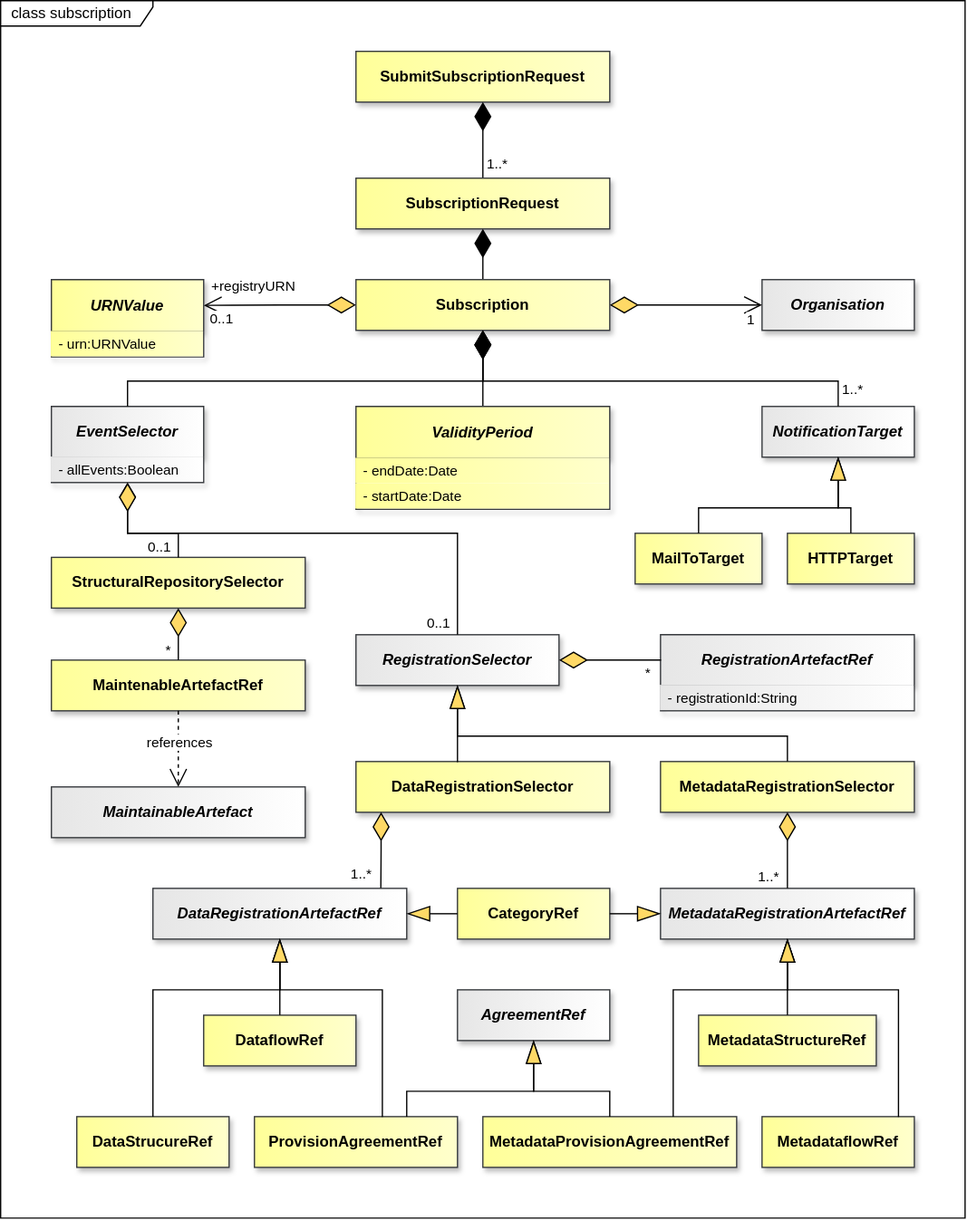
sdmx-twg/sdmx-im keeps this draw.io diagram as docs/logical_interfaces/media/sdmx_registry-subscription.svg. Above is the earlier version. Source tidied: cells renumbered, new cells last; positions are measured from the earlier drawing's top-left corner, leaving out a move shared by most shapes.
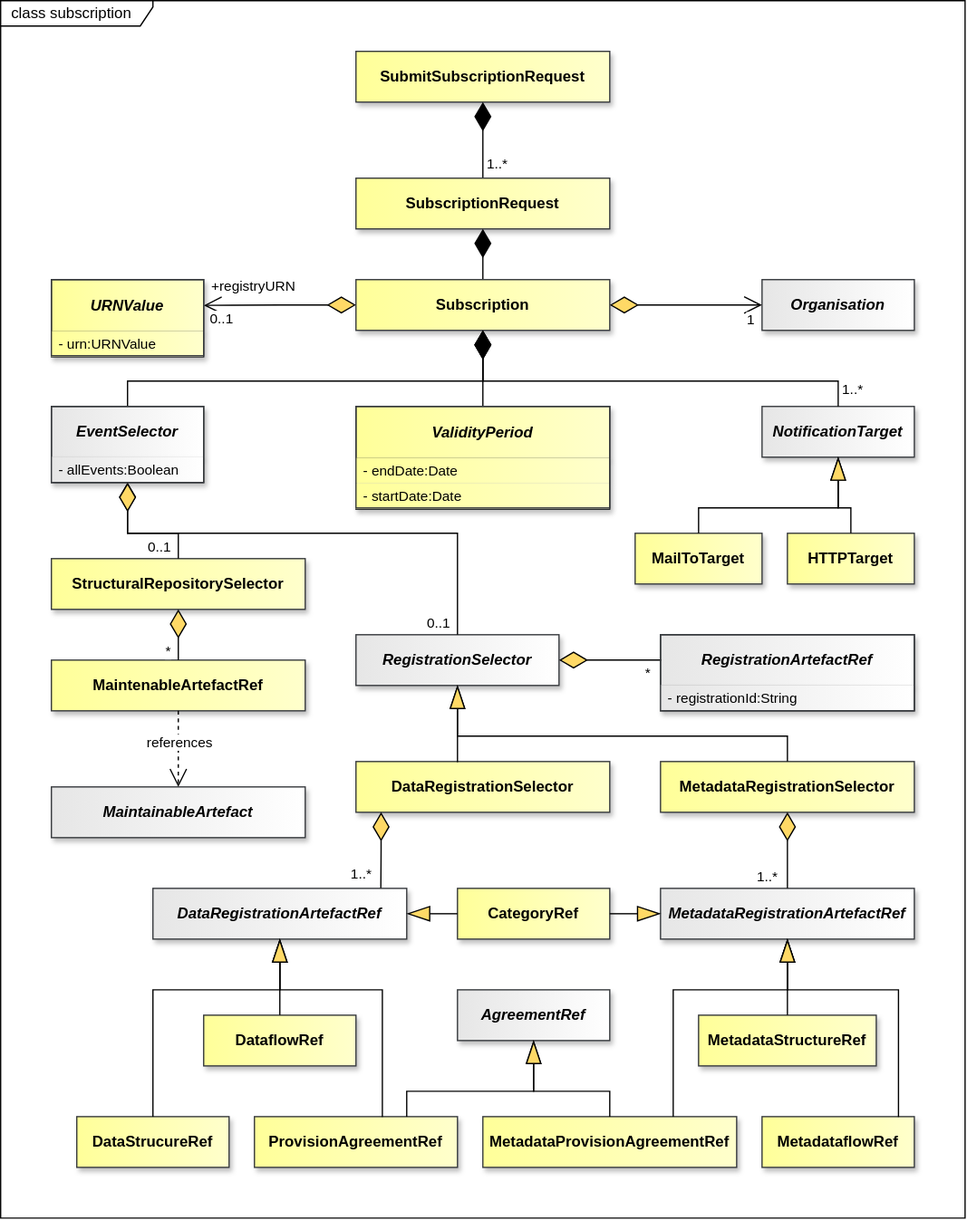
After the change.

What changed in the source:
```diff
@@ -169,7 +169,7 @@
     <mxCell id="56" value="URNValue" style="swimlane;fontStyle=3;align=center;verticalAlign=middle;horizontal=1;startSize=41;whiteSpace=wrap;html=1;strokeColor=#36393d;fontFamily=Helvetica;fontSize=12;fillColor=light-dark(#FFFF99,#FFFF99);gradientDirection=east;gradientColor=light-dark(#FFFFCC,#FFFFCC);fontColor=light-dark(#000000,#000000);shadow=1;" parent="1" vertex="1">
       <mxGeometry x="40" y="220" width="120" height="61" as="geometry" />
     </mxCell>
-    <mxCell id="57" value="- urn:URNValue" style="text;strokeColor=none;fillColor=light-dark(#FFFF99,#FFFF99);align=left;verticalAlign=middle;spacingLeft=4;spacingRight=4;overflow=hidden;whiteSpace=wrap;html=1;fontFamily=Helvetica;fontSize=11;fontColor=light-dark(#000000,#000000);fontStyle=0;gradientColor=light-dark(#FFFFCC,#FFFFCC);gradientDirection=east;" parent="56" vertex="1">
+    <mxCell id="57" value="- urn:URNValue" style="text;strokeColor=none;fillColor=light-dark(#FFFF99,#FFFF99);align=left;verticalAlign=middle;spacingLeft=4;spacingRight=4;overflow=hidden;whiteSpace=wrap;html=1;fontFamily=Helvetica;fontSize=11;fontColor=light-dark(#000000,#000000);fontStyle=0;gradientColor=light-dark(#FFFFCC,#FFFFCC);gradientDirection=east;shadow=1;" parent="56" vertex="1">
       <mxGeometry y="41" width="120" height="20" as="geometry" />
     </mxCell>
     <mxCell id="58" style="endArrow=open;html=1;endSize=12;startArrow=diamondThin;startSize=20;startFill=1;edgeStyle=orthogonalEdgeStyle;rounded=0;endFill=0;strokeColor=light-dark(#000000,#FFFFFF);fontColor=light-dark(#000000,#FFFFFF);labelBackgroundColor=none;exitX=0;exitY=0.5;exitDx=0;exitDy=0;entryX=1.001;entryY=0.333;entryDx=0;entryDy=0;startFillColor=light-dark(#FFD966,#FFD966);entryPerimeter=0;" parent="1" edge="1" source="54" target="56">
@@ -203,16 +203,16 @@
     <mxCell id="64" value="ValidityPeriod" style="swimlane;fontStyle=3;align=center;verticalAlign=middle;horizontal=1;startSize=41;whiteSpace=wrap;html=1;strokeColor=#36393d;fontFamily=Helvetica;fontSize=12;fillColor=light-dark(#FFFF99,#FFFF99);gradientDirection=east;gradientColor=light-dark(#FFFFCC,#FFFFCC);fontColor=light-dark(#000000,#000000);shadow=1;" parent="1" vertex="1">
       <mxGeometry x="280" y="320" width="200" height="81" as="geometry" />
     </mxCell>
-    <mxCell id="65" value="- endDate:Date" style="text;strokeColor=none;fillColor=light-dark(#FFFF99,#FFFF99);align=left;verticalAlign=middle;spacingLeft=4;spacingRight=4;overflow=hidden;whiteSpace=wrap;html=1;fontFamily=Helvetica;fontSize=11;fontColor=light-dark(#000000,#000000);fontStyle=0;gradientColor=light-dark(#FFFFCC,#FFFFCC);gradientDirection=east;" parent="64" vertex="1">
+    <mxCell id="65" value="- endDate:Date" style="text;strokeColor=none;fillColor=light-dark(#FFFF99,#FFFF99);align=left;verticalAlign=middle;spacingLeft=4;spacingRight=4;overflow=hidden;whiteSpace=wrap;html=1;fontFamily=Helvetica;fontSize=11;fontColor=light-dark(#000000,#000000);fontStyle=0;gradientColor=light-dark(#FFFFCC,#FFFFCC);gradientDirection=east;shadow=1;" parent="64" vertex="1">
       <mxGeometry y="41" width="200" height="20" as="geometry" />
     </mxCell>
-    <mxCell id="66" value="- startDate:Date" style="text;strokeColor=none;fillColor=light-dark(#FFFF99,#FFFF99);align=left;verticalAlign=middle;spacingLeft=4;spacingRight=4;overflow=hidden;whiteSpace=wrap;html=1;fontFamily=Helvetica;fontSize=11;fontColor=light-dark(#000000,#000000);fontStyle=0;gradientColor=light-dark(#FFFFCC,#FFFFCC);gradientDirection=east;" parent="64" vertex="1">
+    <mxCell id="66" value="- startDate:Date" style="text;strokeColor=none;fillColor=light-dark(#FFFF99,#FFFF99);align=left;verticalAlign=middle;spacingLeft=4;spacingRight=4;overflow=hidden;whiteSpace=wrap;html=1;fontFamily=Helvetica;fontSize=11;fontColor=light-dark(#000000,#000000);fontStyle=0;gradientColor=light-dark(#FFFFCC,#FFFFCC);gradientDirection=east;shadow=1;" parent="64" vertex="1">
       <mxGeometry y="61" width="200" height="20" as="geometry" />
     </mxCell>
     <mxCell id="67" value="EventSelector" style="swimlane;fontStyle=3;align=center;verticalAlign=middle;horizontal=1;startSize=40;whiteSpace=wrap;html=1;strokeColor=#36393d;fontFamily=Helvetica;fontSize=12;fillColor=light-dark(#E6E6E6,#E6E6E6);gradientDirection=east;gradientColor=light-dark(#FFFFFF,#FFFFFF);fontColor=light-dark(#000000,#000000);shadow=1;" parent="1" vertex="1">
       <mxGeometry x="40" y="320" width="120" height="60" as="geometry" />
     </mxCell>
-    <mxCell id="68" value="- allEvents:Boolean" style="text;strokeColor=none;fillColor=light-dark(#E6E6E6,#E6E6E6);align=left;verticalAlign=middle;spacingLeft=4;spacingRight=4;overflow=hidden;points=[[0,0.5],[1,0.5]];portConstraint=eastwest;whiteSpace=wrap;html=1;fontFamily=Helvetica;fontSize=11;fontColor=light-dark(#000000,#000000);fontStyle=0;gradientColor=light-dark(#FFFFFF,#FFFFFF);gradientDirection=east;" parent="67" vertex="1">
+    <mxCell id="68" value="- allEvents:Boolean" style="text;strokeColor=none;fillColor=light-dark(#E6E6E6,#E6E6E6);align=left;verticalAlign=middle;spacingLeft=4;spacingRight=4;overflow=hidden;points=[[0,0.5],[1,0.5]];portConstraint=eastwest;whiteSpace=wrap;html=1;fontFamily=Helvetica;fontSize=11;fontColor=light-dark(#000000,#000000);fontStyle=0;gradientColor=light-dark(#FFFFFF,#FFFFFF);gradientDirection=east;shadow=1;" parent="67" vertex="1">
       <mxGeometry y="40" width="120" height="20" as="geometry" />
     </mxCell>
     <mxCell id="69" value="NotificationTarget" style="whiteSpace=wrap;html=1;verticalAlign=middle;gradientDirection=east;imageVerticalAlign=top;fontStyle=3;fillColor=light-dark(#E6E6E6,#E6E6E6);strokeColor=#36393d;fontColor=light-dark(#000000,#000000);gradientColor=light-dark(#FFFFFF,#FFFFFF);shadow=1;" parent="1" vertex="1">
@@ -246,7 +246,7 @@
       <mxGeometry x="620" y="420" width="100" height="40" as="geometry" />
     </mxCell>
     <mxCell id="75" value="StructuralRepositorySelector" style="whiteSpace=wrap;html=1;verticalAlign=middle;gradientDirection=east;imageVerticalAlign=top;fontStyle=1;fillColor=light-dark(#FFFF99,#FFFF99);strokeColor=#36393d;fontColor=light-dark(#000000,#000000);gradientColor=light-dark(#FFFFCC,#FFFFCC);shadow=1;" parent="1" vertex="1">
-      <mxGeometry x="40" y="439" width="200" height="40" as="geometry" />
+      <mxGeometry x="40" y="440" width="200" height="40" as="geometry" />
     </mxCell>
     <mxCell id="76" value="RegistrationSelector" style="whiteSpace=wrap;html=1;verticalAlign=middle;gradientDirection=east;imageVerticalAlign=top;fontStyle=3;fillColor=light-dark(#E6E6E6,#E6E6E6);strokeColor=#36393d;fontColor=light-dark(#000000,#000000);gradientColor=light-dark(#FFFFFF,#FFFFFF);shadow=1;" parent="1" vertex="1">
       <mxGeometry x="280" y="500" width="160" height="40" as="geometry" />
@@ -254,7 +254,7 @@
     <mxCell id="77" value="RegistrationArtefactRef" style="swimlane;fontStyle=3;align=center;verticalAlign=middle;horizontal=1;startSize=40;whiteSpace=wrap;html=1;strokeColor=#36393d;fontFamily=Helvetica;fontSize=12;fillColor=light-dark(#E6E6E6,#E6E6E6);gradientDirection=east;gradientColor=light-dark(#FFFFFF,#FFFFFF);fontColor=light-dark(#000000,#000000);shadow=1;" parent="1" vertex="1">
       <mxGeometry x="520" y="500" width="200" height="60" as="geometry" />
     </mxCell>
-    <mxCell id="78" value="- registrationId:String" style="text;strokeColor=none;fillColor=light-dark(#E6E6E6,#E6E6E6);align=left;verticalAlign=middle;spacingLeft=4;spacingRight=4;overflow=hidden;whiteSpace=wrap;html=1;fontFamily=Helvetica;fontSize=11;fontColor=light-dark(#000000,#000000);fontStyle=0;gradientColor=light-dark(#FFFFFF,#FFFFFF);gradientDirection=east;" parent="77" vertex="1">
+    <mxCell id="78" value="- registrationId:String" style="text;strokeColor=none;fillColor=light-dark(#E6E6E6,#E6E6E6);align=left;verticalAlign=middle;spacingLeft=4;spacingRight=4;overflow=hidden;whiteSpace=wrap;html=1;fontFamily=Helvetica;fontSize=11;fontColor=light-dark(#000000,#000000);fontStyle=0;gradientColor=light-dark(#FFFFFF,#FFFFFF);gradientDirection=east;shadow=1;" parent="77" vertex="1">
       <mxGeometry y="40" width="200" height="20" as="geometry" />
     </mxCell>
     <mxCell id="79" value="MaintenableArtefactRef" style="whiteSpace=wrap;html=1;verticalAlign=middle;gradientDirection=east;imageVerticalAlign=top;fontStyle=1;fillColor=light-dark(#FFFF99,#FFFF99);strokeColor=#36393d;fontColor=light-dark(#000000,#000000);gradientColor=light-dark(#FFFFCC,#FFFFCC);shadow=1;" parent="1" vertex="1">
@@ -469,5 +469,17 @@
         </Array>
       </mxGeometry>
     </mxCell>
+    <mxCell id="121" style="rounded=0;whiteSpace=wrap;html=1;fillColor=none;strokeColor=#36393D;" parent="1" vertex="1">
+      <mxGeometry x="40" y="220" width="120" height="60" as="geometry" />
+    </mxCell>
+    <mxCell id="122" style="rounded=0;whiteSpace=wrap;html=1;fillColor=none;strokeColor=#36393D;" parent="1" vertex="1">
+      <mxGeometry x="40" y="320" width="120" height="60" as="geometry" />
+    </mxCell>
+    <mxCell id="123" style="rounded=0;whiteSpace=wrap;html=1;fillColor=none;strokeColor=#36393D;" parent="1" vertex="1">
+      <mxGeometry x="280" y="320" width="200" height="80" as="geometry" />
+    </mxCell>
+    <mxCell id="124" style="rounded=0;whiteSpace=wrap;html=1;fillColor=none;strokeColor=#36393D;" parent="1" vertex="1">
+      <mxGeometry x="520" y="500" width="200" height="60" as="geometry" />
+    </mxCell>
   </root>
 </mxGraphModel>
```
